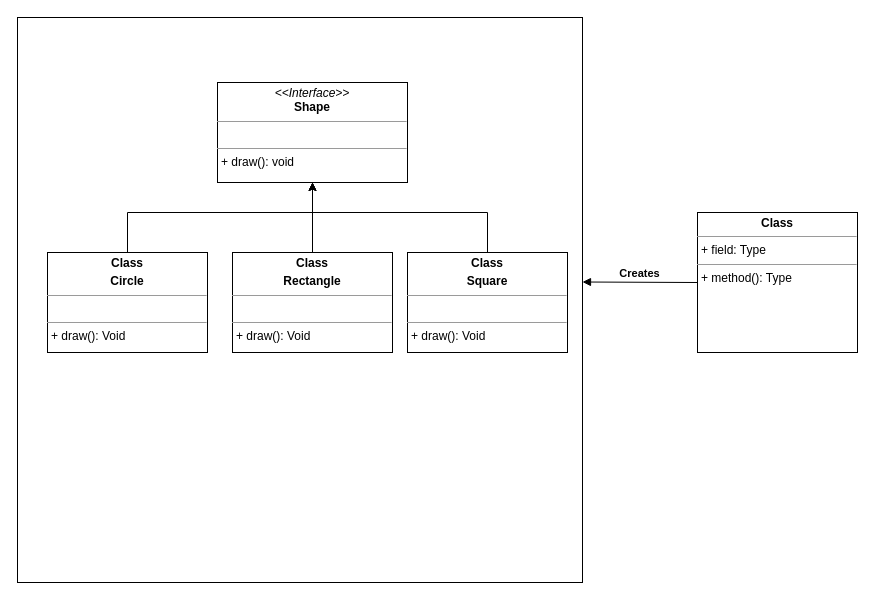
Chris-Lazarius/Drawing-of-programming-patterns-UML-Diagrams keeps this draw.io diagram as Factory Pattern 2.drawio. Above is the earlier version. Source tidied: cells renumbered, new cells numbered last; positions are measured from the earlier drawing's top-left corner, leaving out a move shared by most shapes. Both pictures are drawn from the tidied source at 100%, with x=0, y=0 at pixel (17, 17).
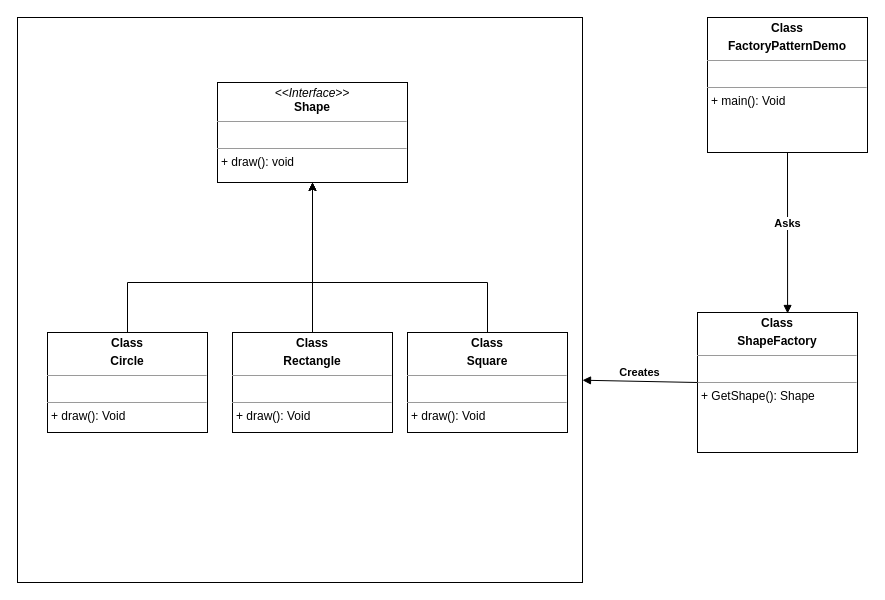
Above is the later version.

The edit, as a diff of the source:
```diff
@@
 <mxGraphModel>
   <root>
     <mxCell id="0" />
     <mxCell id="1" parent="0" />
     <mxCell id="2" style="whiteSpace=wrap;html=1;" parent="1" vertex="1">
       <mxGeometry width="565" height="565" as="geometry" />
     </mxCell>
     <mxCell id="3" value="&lt;p style=&quot;margin:0px;margin-top:4px;text-align:center;&quot;&gt;&lt;i&gt;&amp;lt;&amp;lt;Interface&amp;gt;&amp;gt;&lt;/i&gt;&lt;br&gt;&lt;b&gt;Shape&lt;/b&gt;&lt;/p&gt;&lt;hr size=&quot;1&quot;&gt;&lt;p style=&quot;margin:0px;margin-left:4px;&quot;&gt;&lt;br&gt;&lt;/p&gt;&lt;hr size=&quot;1&quot;&gt;&lt;p style=&quot;margin:0px;margin-left:4px;&quot;&gt;+ draw(): void&lt;/p&gt;" style="verticalAlign=top;align=left;overflow=fill;fontSize=12;fontFamily=Helvetica;html=1;" parent="1" vertex="1">
       <mxGeometry x="200" y="65" width="190" height="100" as="geometry" />
     </mxCell>
     <mxCell id="4" style="edgeStyle=orthogonalEdgeStyle;rounded=0;jettySize=auto;html=1;exitX=0.5;exitY=0;exitDx=0;exitDy=0;entryX=0.5;entryY=1;entryDx=0;entryDy=0;" parent="1" edge="1" source="5" target="3">
       <mxGeometry relative="1" as="geometry">
         <Array as="points">
-          <mxPoint x="110" y="195" />
-          <mxPoint x="295" y="195" />
+          <mxPoint x="110" y="265" />
+          <mxPoint x="295" y="265" />
         </Array>
       </mxGeometry>
     </mxCell>
     <mxCell id="5" value="&lt;p style=&quot;margin:0px;margin-top:4px;text-align:center;&quot;&gt;&lt;b&gt;Class&lt;/b&gt;&lt;/p&gt;&lt;p style=&quot;margin:0px;margin-top:4px;text-align:center;&quot;&gt;&lt;b&gt;Circle&lt;/b&gt;&lt;/p&gt;&lt;hr size=&quot;1&quot;&gt;&lt;p style=&quot;margin:0px;margin-left:4px;&quot;&gt;&lt;br&gt;&lt;/p&gt;&lt;hr size=&quot;1&quot;&gt;&lt;p style=&quot;margin:0px;margin-left:4px;&quot;&gt;+ draw(): Void&lt;/p&gt;" style="verticalAlign=top;align=left;overflow=fill;fontSize=12;fontFamily=Helvetica;html=1;" parent="1" vertex="1">
-      <mxGeometry x="30" y="235" width="160" height="100" as="geometry" />
+      <mxGeometry x="30" y="315" width="160" height="100" as="geometry" />
     </mxCell>
     <mxCell id="6" style="edgeStyle=orthogonalEdgeStyle;rounded=0;jettySize=auto;html=1;" parent="1" edge="1" source="7" target="3">
       <mxGeometry relative="1" as="geometry" />
     </mxCell>
     <mxCell id="7" value="&lt;p style=&quot;margin:0px;margin-top:4px;text-align:center;&quot;&gt;&lt;b&gt;Class&lt;/b&gt;&lt;/p&gt;&lt;p style=&quot;margin:0px;margin-top:4px;text-align:center;&quot;&gt;&lt;b&gt;Rectangle&lt;/b&gt;&lt;/p&gt;&lt;hr size=&quot;1&quot;&gt;&lt;p style=&quot;margin:0px;margin-left:4px;&quot;&gt;&lt;br&gt;&lt;/p&gt;&lt;hr size=&quot;1&quot;&gt;&lt;p style=&quot;margin:0px;margin-left:4px;&quot;&gt;+ draw(): Void&lt;/p&gt;" style="verticalAlign=top;align=left;overflow=fill;fontSize=12;fontFamily=Helvetica;html=1;" parent="1" vertex="1">
-      <mxGeometry x="215" y="235" width="160" height="100" as="geometry" />
+      <mxGeometry x="215" y="315" width="160" height="100" as="geometry" />
     </mxCell>
     <mxCell id="8" style="edgeStyle=orthogonalEdgeStyle;rounded=0;jettySize=auto;html=1;exitX=0.5;exitY=0;exitDx=0;exitDy=0;" parent="1" edge="1" source="9" target="3">
       <mxGeometry relative="1" as="geometry">
         <Array as="points">
-          <mxPoint x="470" y="195" />
-          <mxPoint x="295" y="195" />
+          <mxPoint x="470" y="265" />
+          <mxPoint x="295" y="265" />
         </Array>
       </mxGeometry>
     </mxCell>
     <mxCell id="9" value="&lt;p style=&quot;margin:0px;margin-top:4px;text-align:center;&quot;&gt;&lt;b&gt;Class&lt;/b&gt;&lt;/p&gt;&lt;p style=&quot;margin:0px;margin-top:4px;text-align:center;&quot;&gt;&lt;b&gt;Square&lt;/b&gt;&lt;/p&gt;&lt;hr size=&quot;1&quot;&gt;&lt;p style=&quot;margin:0px;margin-left:4px;&quot;&gt;&lt;br&gt;&lt;/p&gt;&lt;hr size=&quot;1&quot;&gt;&lt;p style=&quot;margin:0px;margin-left:4px;&quot;&gt;+ draw(): Void&lt;/p&gt;" style="verticalAlign=top;align=left;overflow=fill;fontSize=12;fontFamily=Helvetica;html=1;" parent="1" vertex="1">
-      <mxGeometry x="390" y="235" width="160" height="100" as="geometry" />
+      <mxGeometry x="390" y="315" width="160" height="100" as="geometry" />
     </mxCell>
-    <mxCell id="10" value="&lt;p style=&quot;margin:0px;margin-top:4px;text-align:center;&quot;&gt;&lt;b&gt;Class&lt;/b&gt;&lt;/p&gt;&lt;hr size=&quot;1&quot;/&gt;&lt;p style=&quot;margin:0px;margin-left:4px;&quot;&gt;+ field: Type&lt;/p&gt;&lt;hr size=&quot;1&quot;/&gt;&lt;p style=&quot;margin:0px;margin-left:4px;&quot;&gt;+ method(): Type&lt;/p&gt;" style="verticalAlign=top;align=left;overflow=fill;fontSize=12;fontFamily=Helvetica;html=1;" parent="1" vertex="1">
-      <mxGeometry x="680" y="195" width="160" height="140" as="geometry" />
+    <mxCell id="10" value="&lt;p style=&quot;margin:0px;margin-top:4px;text-align:center;&quot;&gt;&lt;b&gt;Class&lt;/b&gt;&lt;/p&gt;&lt;p style=&quot;margin:0px;margin-top:4px;text-align:center;&quot;&gt;&lt;b&gt;ShapeFactory&lt;/b&gt;&lt;/p&gt;&lt;hr size=&quot;1&quot;&gt;&lt;p style=&quot;margin:0px;margin-left:4px;&quot;&gt;&lt;br&gt;&lt;/p&gt;&lt;hr size=&quot;1&quot;&gt;&lt;p style=&quot;margin:0px;margin-left:4px;&quot;&gt;+ GetShape(): Shape&lt;/p&gt;" style="verticalAlign=top;align=left;overflow=fill;fontSize=12;fontFamily=Helvetica;html=1;" parent="1" vertex="1">
+      <mxGeometry x="680" y="295" width="160" height="140" as="geometry" />
     </mxCell>
-    <mxCell id="11" value="&lt;b&gt;Creates&lt;/b&gt;" style="html=1;verticalAlign=bottom;endArrow=block;rounded=0;exitX=0;exitY=0.5;exitDx=0;exitDy=0;" parent="1" edge="1" source="10">
-      <mxGeometry relative="1" as="geometry">
-        <mxPoint x="565" y="264.5" as="targetPoint" />
-      </mxGeometry>
+    <mxCell id="11" value="&lt;b&gt;Creates&lt;/b&gt;" style="html=1;verticalAlign=bottom;endArrow=block;rounded=0;exitX=0;exitY=0.5;exitDx=0;exitDy=0;entryX=1;entryY=0.642;entryDx=0;entryDy=0;entryPerimeter=0;" parent="1" edge="1" source="10" target="2">
+      <mxGeometry relative="1" as="geometry" />
     </mxCell>
+    <mxCell id="12" value="&lt;p style=&quot;margin:0px;margin-top:4px;text-align:center;&quot;&gt;&lt;b&gt;Class&lt;/b&gt;&lt;/p&gt;&lt;p style=&quot;margin:0px;margin-top:4px;text-align:center;&quot;&gt;&lt;b&gt;FactoryPatternDemo&lt;/b&gt;&lt;/p&gt;&lt;hr size=&quot;1&quot;&gt;&lt;p style=&quot;margin:0px;margin-left:4px;&quot;&gt;&lt;br&gt;&lt;/p&gt;&lt;hr size=&quot;1&quot;&gt;&lt;p style=&quot;margin:0px;margin-left:4px;&quot;&gt;+ main(): Void&lt;/p&gt;" style="verticalAlign=top;align=left;overflow=fill;fontSize=12;fontFamily=Helvetica;html=1;" parent="1" vertex="1">
+      <mxGeometry x="690" width="160" height="135" as="geometry" />
+    </mxCell>
+    <mxCell id="13" value="&lt;b&gt;Asks&lt;/b&gt;" style="html=1;verticalAlign=bottom;endArrow=block;rounded=0;exitX=0.5;exitY=1;exitDx=0;exitDy=0;entryX=0.563;entryY=0.007;entryDx=0;entryDy=0;entryPerimeter=0;" parent="1" edge="1" source="12" target="10">
+      <mxGeometry relative="1" as="geometry" />
+    </mxCell>
   </root>
 </mxGraphModel>
```
